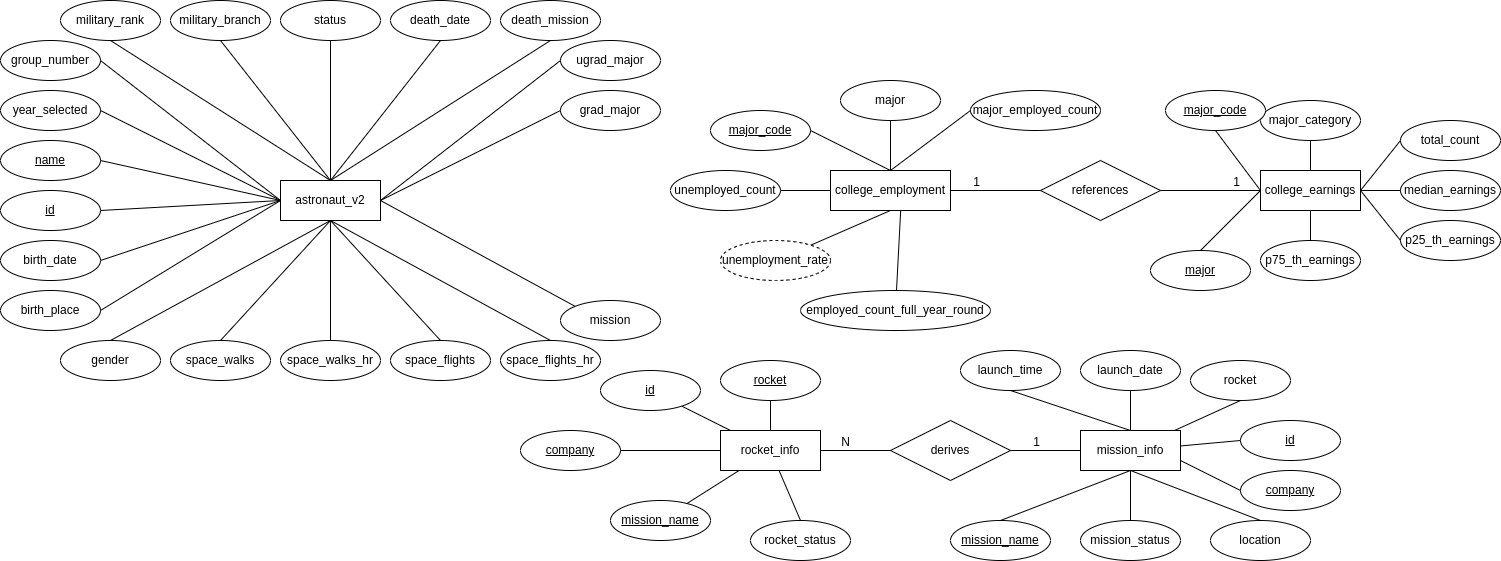
The draw.io diagram project_erd.png in JamesVpog/403-sql-project, before a commit. Source tidied: cells renumbered, new cells last; positions are measured from the earlier drawing's top-left corner, leaving out a move shared by most shapes.
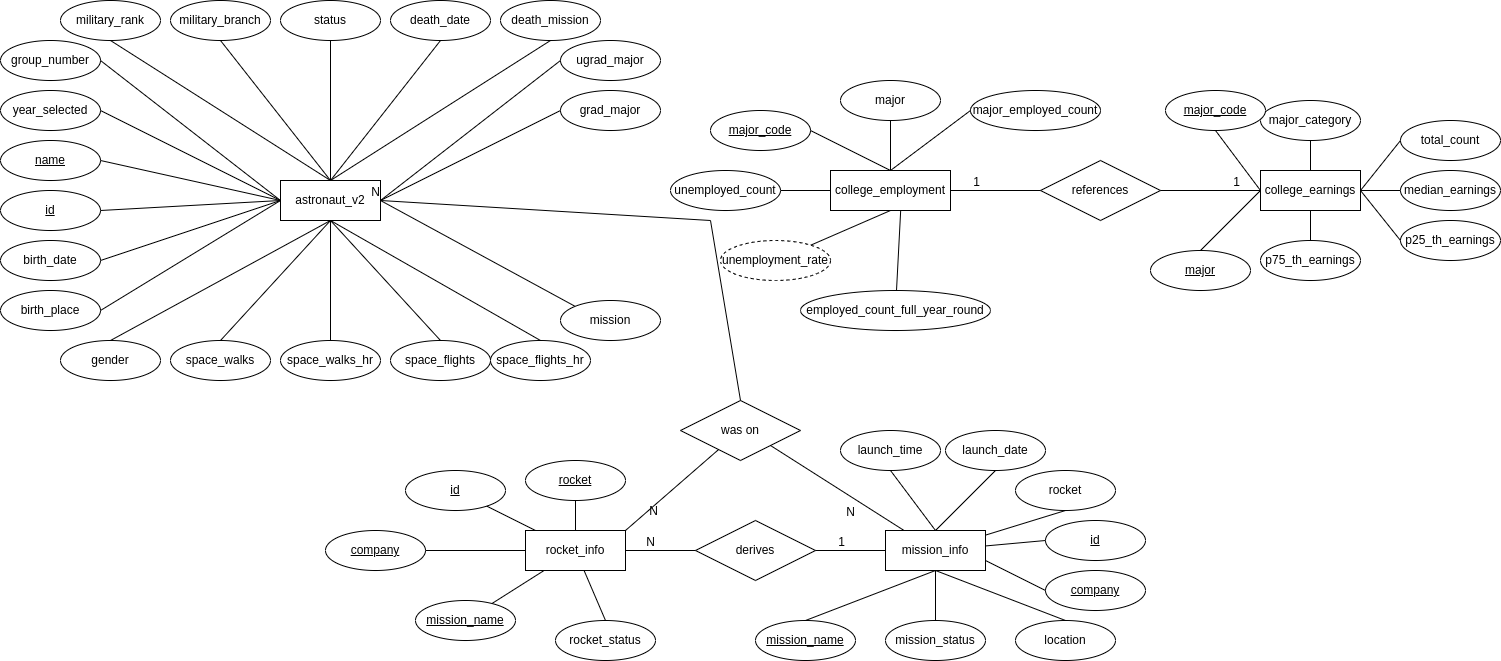
The same diagram one commit later.

What changed in the source:
```diff
@@ -6,7 +6,7 @@
       <mxGeometry x="280" y="180" width="100" height="40" as="geometry" />
     </mxCell>
     <mxCell id="3" value="space_flights_hr" style="ellipse;whiteSpace=wrap;html=1;align=center;" parent="1" vertex="1">
-      <mxGeometry x="500" y="340" width="100" height="40" as="geometry" />
+      <mxGeometry x="490" y="340" width="100" height="40" as="geometry" />
     </mxCell>
     <mxCell id="4" value="military_branch" style="ellipse;whiteSpace=wrap;html=1;align=center;" parent="1" vertex="1">
       <mxGeometry x="170" width="100" height="40" as="geometry" />
@@ -117,31 +117,31 @@
       <mxGeometry relative="1" as="geometry" />
     </mxCell>
     <mxCell id="40" value="&lt;u&gt;id&lt;/u&gt;" style="ellipse;whiteSpace=wrap;html=1;align=center;" parent="1" vertex="1">
-      <mxGeometry x="1240" y="420" width="100" height="40" as="geometry" />
+      <mxGeometry x="1045" y="520" width="100" height="40" as="geometry" />
     </mxCell>
     <mxCell id="41" value="mission_status" style="ellipse;whiteSpace=wrap;html=1;align=center;" parent="1" vertex="1">
-      <mxGeometry x="1080" y="520" width="100" height="40" as="geometry" />
+      <mxGeometry x="885" y="620" width="100" height="40" as="geometry" />
     </mxCell>
     <mxCell id="42" value="&lt;u&gt;mission_name&lt;/u&gt;" style="ellipse;whiteSpace=wrap;html=1;align=center;" parent="1" vertex="1">
-      <mxGeometry x="950" y="520" width="100" height="40" as="geometry" />
+      <mxGeometry x="755" y="620" width="100" height="40" as="geometry" />
     </mxCell>
     <mxCell id="43" value="launch_date" style="ellipse;whiteSpace=wrap;html=1;align=center;" parent="1" vertex="1">
-      <mxGeometry x="1080" y="350" width="100" height="40" as="geometry" />
+      <mxGeometry x="945" y="430" width="100" height="40" as="geometry" />
     </mxCell>
     <mxCell id="44" value="launch_time" style="ellipse;whiteSpace=wrap;html=1;align=center;" parent="1" vertex="1">
-      <mxGeometry x="960" y="350" width="100" height="40" as="geometry" />
+      <mxGeometry x="840" y="430" width="100" height="40" as="geometry" />
     </mxCell>
     <mxCell id="45" value="rocket_status" style="ellipse;whiteSpace=wrap;html=1;align=center;" parent="1" vertex="1">
-      <mxGeometry x="750" y="520" width="100" height="40" as="geometry" />
+      <mxGeometry x="555" y="620" width="100" height="40" as="geometry" />
     </mxCell>
     <mxCell id="46" value="&lt;u&gt;company&lt;/u&gt;" style="ellipse;whiteSpace=wrap;html=1;align=center;" parent="1" vertex="1">
-      <mxGeometry x="1240" y="470" width="100" height="40" as="geometry" />
+      <mxGeometry x="1045" y="570" width="100" height="40" as="geometry" />
     </mxCell>
     <mxCell id="47" value="rocket" style="ellipse;whiteSpace=wrap;html=1;align=center;" parent="1" vertex="1">
-      <mxGeometry x="1190" y="360" width="100" height="40" as="geometry" />
+      <mxGeometry x="1015" y="470" width="100" height="40" as="geometry" />
     </mxCell>
     <mxCell id="48" value="location" style="ellipse;whiteSpace=wrap;html=1;align=center;" parent="1" vertex="1">
-      <mxGeometry x="1210" y="520" width="100" height="40" as="geometry" />
+      <mxGeometry x="1015" y="620" width="100" height="40" as="geometry" />
     </mxCell>
     <mxCell id="49" value="college_earnings" style="whiteSpace=wrap;html=1;align=center;" parent="1" vertex="1">
       <mxGeometry x="1260" y="170" width="100" height="40" as="geometry" />
@@ -196,27 +196,27 @@
     </mxCell>
     <mxCell id="66" style="endArrow=none;html=1;rounded=0;entryX=0.5;entryY=1;entryDx=0;entryDy=0;exitX=0.5;exitY=0;exitDx=0;exitDy=0;" parent="1" edge="1" source="42">
       <mxGeometry relative="1" as="geometry">
-        <mxPoint x="1130" y="470" as="targetPoint" />
+        <mxPoint x="935" y="570" as="targetPoint" />
       </mxGeometry>
     </mxCell>
     <mxCell id="67" style="endArrow=none;html=1;rounded=0;entryX=0.5;entryY=1;entryDx=0;entryDy=0;exitX=0.5;exitY=0;exitDx=0;exitDy=0;" parent="1" edge="1" source="41">
       <mxGeometry relative="1" as="geometry">
-        <mxPoint x="1130" y="470" as="targetPoint" />
+        <mxPoint x="935" y="570" as="targetPoint" />
       </mxGeometry>
     </mxCell>
     <mxCell id="68" style="endArrow=none;html=1;rounded=0;entryX=0.5;entryY=1;entryDx=0;entryDy=0;exitX=0.5;exitY=0;exitDx=0;exitDy=0;" parent="1" edge="1" source="48">
       <mxGeometry relative="1" as="geometry">
-        <mxPoint x="1130" y="470" as="targetPoint" />
+        <mxPoint x="935" y="570" as="targetPoint" />
       </mxGeometry>
     </mxCell>
     <mxCell id="69" style="endArrow=none;html=1;rounded=0;entryX=0.5;entryY=1;entryDx=0;entryDy=0;exitX=0.5;exitY=0;exitDx=0;exitDy=0;" parent="1" edge="1" target="44">
       <mxGeometry relative="1" as="geometry">
-        <mxPoint x="1130" y="430" as="sourcePoint" />
+        <mxPoint x="935" y="530" as="sourcePoint" />
       </mxGeometry>
     </mxCell>
     <mxCell id="70" style="endArrow=none;html=1;rounded=0;exitX=0.5;exitY=1;exitDx=0;exitDy=0;entryX=0.5;entryY=0;entryDx=0;entryDy=0;" parent="1" edge="1" source="43">
       <mxGeometry relative="1" as="geometry">
-        <mxPoint x="1130" y="430" as="targetPoint" />
+        <mxPoint x="935" y="530" as="targetPoint" />
       </mxGeometry>
     </mxCell>
     <mxCell id="71" style="endArrow=none;html=1;rounded=0;entryX=0.5;entryY=1;entryDx=0;entryDy=0;" parent="1" edge="1" source="87" target="47">
@@ -268,22 +268,22 @@
       <mxGeometry x="560" y="300" width="100" height="40" as="geometry" />
     </mxCell>
     <mxCell id="87" value="mission_info" style="whiteSpace=wrap;html=1;align=center;" parent="1" vertex="1">
-      <mxGeometry x="1080" y="430" width="100" height="40" as="geometry" />
+      <mxGeometry x="885" y="530" width="100" height="40" as="geometry" />
     </mxCell>
     <mxCell id="88" value="rocket_info" style="whiteSpace=wrap;html=1;align=center;" parent="1" vertex="1">
-      <mxGeometry x="720" y="430" width="100" height="40" as="geometry" />
+      <mxGeometry x="525" y="530" width="100" height="40" as="geometry" />
     </mxCell>
     <mxCell id="89" value="&lt;u&gt;id&lt;/u&gt;" style="ellipse;whiteSpace=wrap;html=1;align=center;" parent="1" vertex="1">
-      <mxGeometry x="600" y="370" width="100" height="40" as="geometry" />
+      <mxGeometry x="405" y="470" width="100" height="40" as="geometry" />
     </mxCell>
     <mxCell id="90" value="&lt;u&gt;mission_name&lt;/u&gt;" style="ellipse;whiteSpace=wrap;html=1;align=center;" parent="1" vertex="1">
-      <mxGeometry x="610" y="500" width="100" height="40" as="geometry" />
+      <mxGeometry x="415" y="600" width="100" height="40" as="geometry" />
     </mxCell>
     <mxCell id="91" value="&lt;u&gt;company&lt;/u&gt;" style="ellipse;whiteSpace=wrap;html=1;align=center;" parent="1" vertex="1">
-      <mxGeometry x="520" y="430" width="100" height="40" as="geometry" />
+      <mxGeometry x="325" y="530" width="100" height="40" as="geometry" />
     </mxCell>
     <mxCell id="92" value="&lt;u&gt;rocket&lt;/u&gt;" style="ellipse;whiteSpace=wrap;html=1;align=center;" parent="1" vertex="1">
-      <mxGeometry x="720" y="360" width="100" height="40" as="geometry" />
+      <mxGeometry x="525" y="460" width="100" height="40" as="geometry" />
     </mxCell>
     <mxCell id="93" style="endArrow=none;html=1;rounded=0;entryX=0.5;entryY=1;entryDx=0;entryDy=0;" parent="1" edge="1" source="88" target="92">
       <mxGeometry relative="1" as="geometry" />
@@ -298,7 +298,7 @@
       <mxGeometry relative="1" as="geometry" />
     </mxCell>
     <mxCell id="97" value="derives" style="shape=rhombus;perimeter=rhombusPerimeter;whiteSpace=wrap;html=1;align=center;" parent="1" vertex="1">
-      <mxGeometry x="890" y="420" width="120" height="60" as="geometry" />
+      <mxGeometry x="695" y="520" width="120" height="60" as="geometry" />
     </mxCell>
     <mxCell id="98" style="endArrow=none;html=1;rounded=0;entryX=1;entryY=0.5;entryDx=0;entryDy=0;exitX=0;exitY=0.5;exitDx=0;exitDy=0;" parent="1" edge="1" source="87" target="97">
       <mxGeometry relative="1" as="geometry" />
@@ -335,5 +335,34 @@
         <mxPoint x="-20" as="offset" />
       </mxGeometry>
     </mxCell>
+    <mxCell id="107" value="was on" style="shape=rhombus;perimeter=rhombusPerimeter;whiteSpace=wrap;html=1;align=center;" parent="1" vertex="1">
+      <mxGeometry x="680" y="400" width="120" height="60" as="geometry" />
+    </mxCell>
+    <mxCell id="108" style="endArrow=none;html=1;rounded=0;entryX=1;entryY=0.5;entryDx=0;entryDy=0;exitX=0.5;exitY=0;exitDx=0;exitDy=0;" parent="1" edge="1" source="107" target="2">
+      <mxGeometry relative="1" as="geometry">
+        <Array as="points">
+          <mxPoint x="710" y="220" />
+        </Array>
+      </mxGeometry>
+    </mxCell>
+    <mxCell id="109" value="N" style="html=1;align=right;verticalAlign=bottom;" parent="108" vertex="1">
+      <mxGeometry x="1" relative="1" as="geometry" />
+    </mxCell>
+    <mxCell id="110" style="endArrow=none;html=1;rounded=0;exitX=1;exitY=0;exitDx=0;exitDy=0;" parent="1" edge="1" source="88" target="107">
+      <mxGeometry relative="1" as="geometry" />
+    </mxCell>
+    <mxCell id="111" value="N" style="html=1;align=right;verticalAlign=bottom;" parent="110" vertex="1">
+      <mxGeometry x="1" relative="1" as="geometry">
+        <mxPoint x="-60" y="70" as="offset" />
+      </mxGeometry>
+    </mxCell>
+    <mxCell id="112" style="endArrow=none;html=1;rounded=0;exitX=1;exitY=1;exitDx=0;exitDy=0;" parent="1" edge="1" source="107" target="87">
+      <mxGeometry relative="1" as="geometry" />
+    </mxCell>
+    <mxCell id="113" value="N" style="html=1;align=right;verticalAlign=bottom;" parent="112" vertex="1">
+      <mxGeometry x="1" relative="1" as="geometry">
+        <mxPoint x="-48" y="-10" as="offset" />
+      </mxGeometry>
+    </mxCell>
   </root>
 </mxGraphModel>
```
